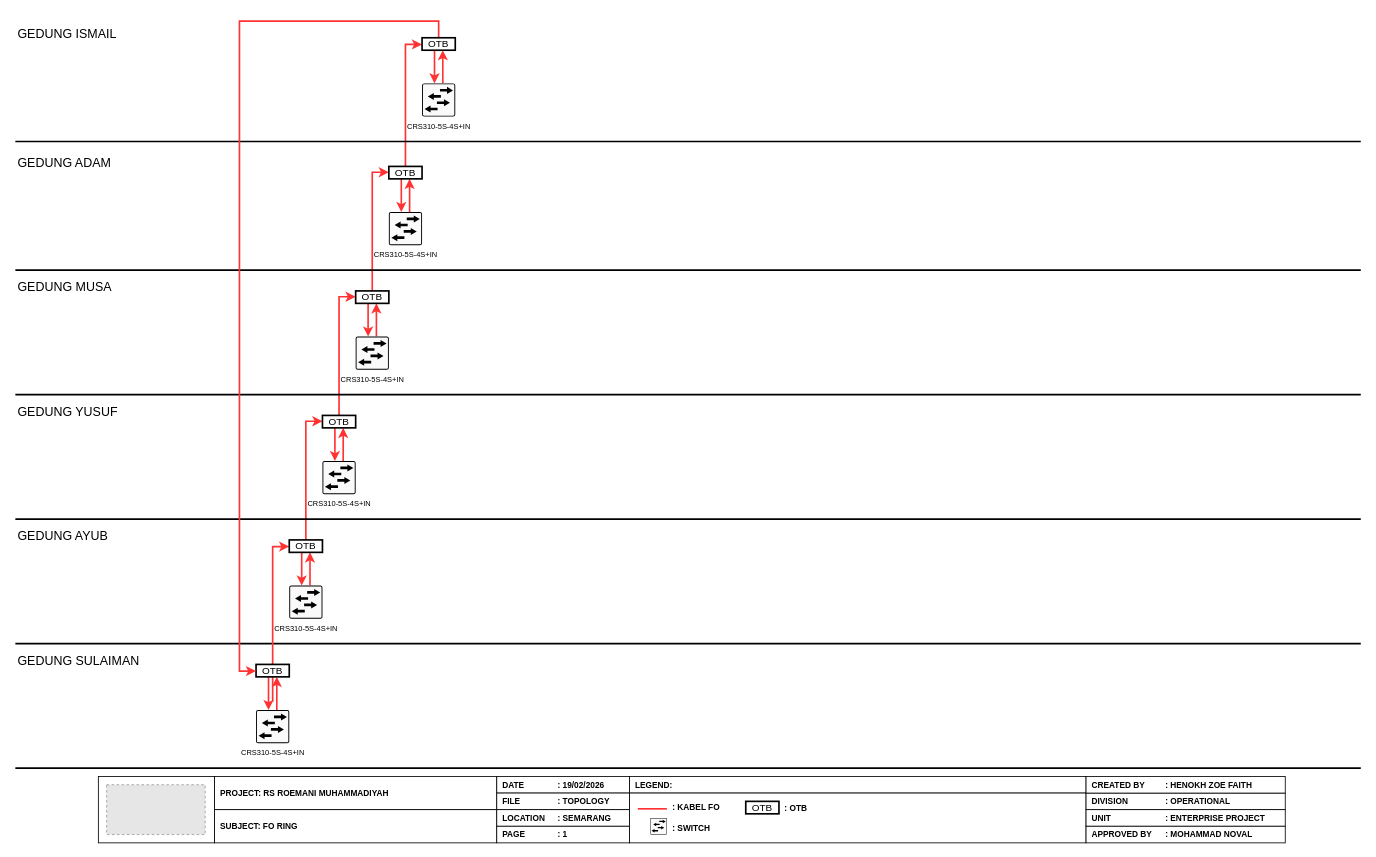
hnkzf/topologi-site keeps this draw.io diagram as TOPOLOGI FO RING RS Roemani.drawio. Above is the earlier version. Source tidied: cells renumbered, new cells numbered last; positions are measured from the earlier drawing's top-left corner, leaving out a move shared by most shapes. Both pictures are drawn from the tidied source at 83%, with x=0, y=0 at pixel (15, 21). Pictures stored in the file or linked from it are replaced by grey dashed boxes.
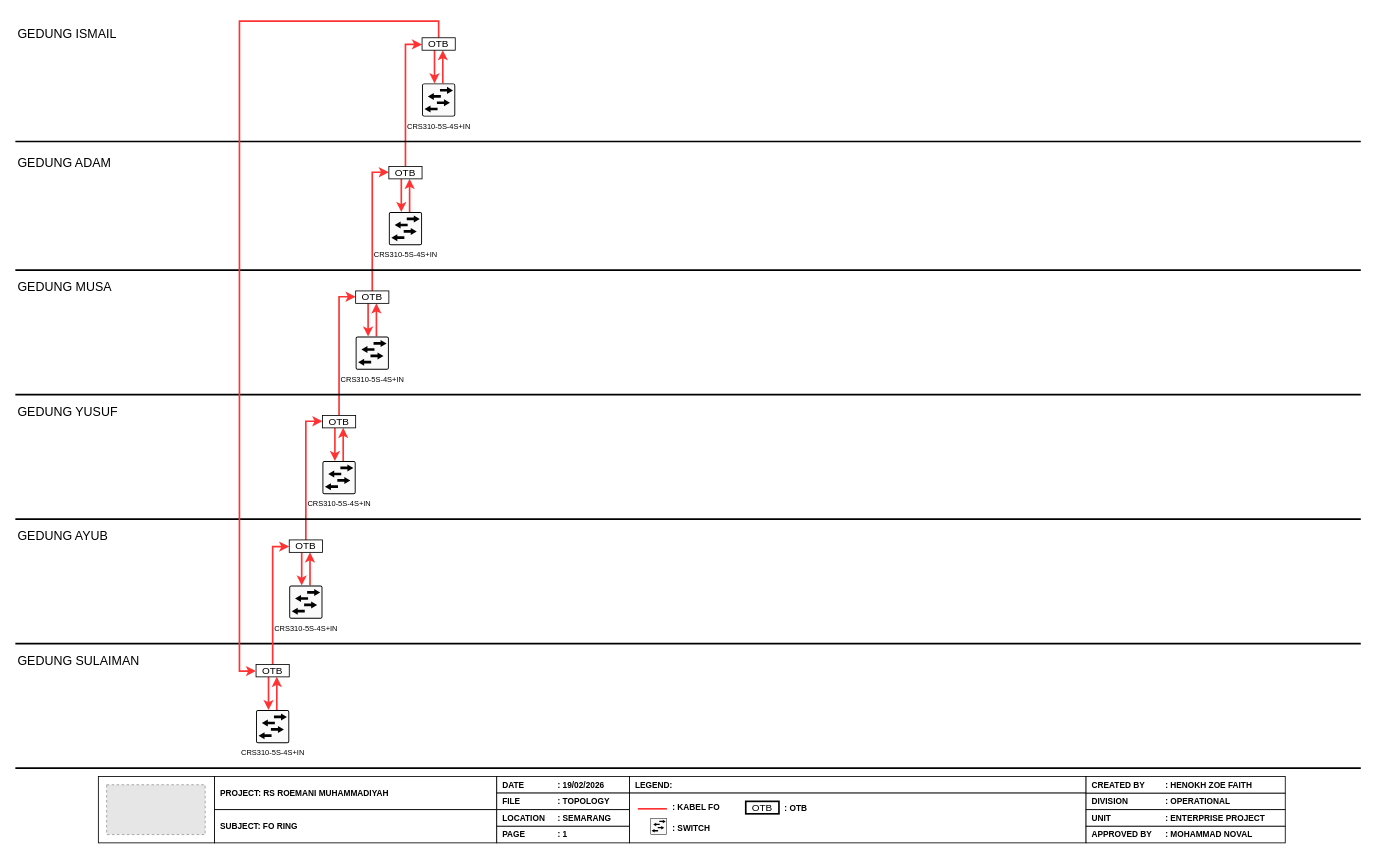
The same diagram, later.

Diff of the diagram source:
```diff
@@
-    <mxCell id="26" style="edgeStyle=orthogonalEdgeStyle;rounded=0;jettySize=auto;html=1;strokeWidth=2;strokeColor=#FF3333;" parent="1" edge="1" target="33">
+    <mxCell id="26" style="edgeStyle=orthogonalEdgeStyle;rounded=0;jettySize=auto;html=1;strokeWidth=2;strokeColor=#FF3333;" parent="1" edge="1" source="28" target="33">
       <mxGeometry relative="1" as="geometry">
-        <mxPoint x="310" y="820" as="sourcePoint" />
         <Array as="points">
           <mxPoint x="310" y="633" />
         </Array>
       </mxGeometry>
     </mxCell>
@@
-    <mxCell id="28" value="OTB" style="rounded=0;whiteSpace=wrap;html=1;strokeWidth=2;strokeColor=#000000;" parent="1" vertex="1">
+    <mxCell id="28" value="OTB" style="rounded=0;whiteSpace=wrap;html=1;strokeWidth=1;strokeColor=#000000;" parent="1" vertex="1">
       <mxGeometry x="290" y="775" width="40" height="15" as="geometry" />
     </mxCell>
@@
-    <mxCell id="33" value="OTB" style="rounded=0;whiteSpace=wrap;html=1;strokeWidth=2;strokeColor=#000000;" parent="1" vertex="1">
+    <mxCell id="33" value="OTB" style="rounded=0;whiteSpace=wrap;html=1;strokeWidth=1;strokeColor=#000000;" parent="1" vertex="1">
       <mxGeometry x="330" y="625" width="40" height="15" as="geometry" />
     </mxCell>
@@
-    <mxCell id="40" value="OTB" style="rounded=0;whiteSpace=wrap;html=1;strokeWidth=2;strokeColor=#000000;" parent="1" vertex="1">
+    <mxCell id="40" value="OTB" style="rounded=0;whiteSpace=wrap;html=1;strokeWidth=1;strokeColor=#000000;" parent="1" vertex="1">
       <mxGeometry x="370" y="475" width="40" height="15" as="geometry" />
     </mxCell>
@@
-    <mxCell id="47" value="OTB" style="rounded=0;whiteSpace=wrap;html=1;strokeWidth=2;strokeColor=#000000;" parent="1" vertex="1">
+    <mxCell id="47" value="OTB" style="rounded=0;whiteSpace=wrap;html=1;strokeWidth=1;strokeColor=#000000;" parent="1" vertex="1">
       <mxGeometry x="410" y="325" width="40" height="15" as="geometry" />
     </mxCell>
@@
-    <mxCell id="54" value="OTB" style="rounded=0;whiteSpace=wrap;html=1;strokeWidth=2;strokeColor=#000000;" parent="1" vertex="1">
+    <mxCell id="54" value="OTB" style="rounded=0;whiteSpace=wrap;html=1;strokeWidth=1;strokeColor=#000000;" parent="1" vertex="1">
       <mxGeometry x="450" y="175" width="40" height="15" as="geometry" />
     </mxCell>
@@
-    <mxCell id="61" value="OTB" style="rounded=0;whiteSpace=wrap;html=1;strokeWidth=2;strokeColor=#000000;" parent="1" vertex="1">
+    <mxCell id="61" value="OTB" style="rounded=0;whiteSpace=wrap;html=1;strokeWidth=1;strokeColor=#000000;" parent="1" vertex="1">
       <mxGeometry x="490" y="20" width="40" height="15" as="geometry" />
     </mxCell>
```
